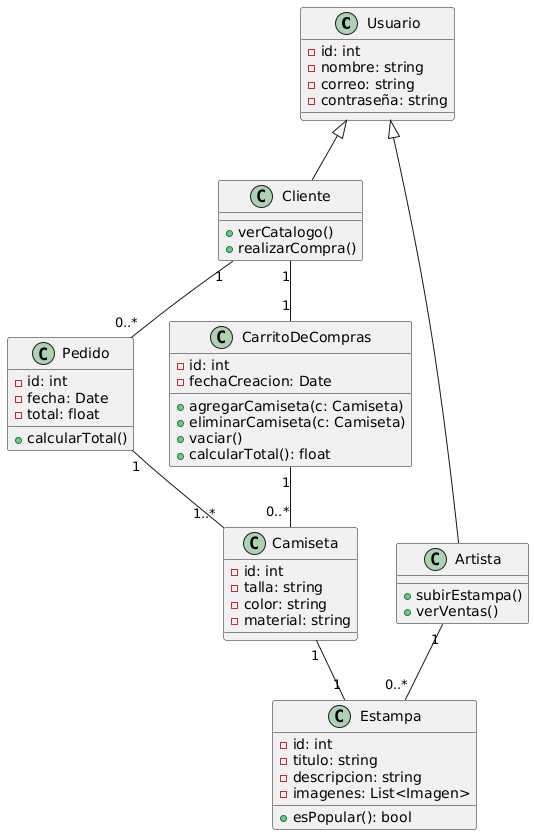
Above: Producto/Diagramas/diagrama_clases.png in Inaryuta/Proyecto-Final-FIS (PlantUML), before the change.
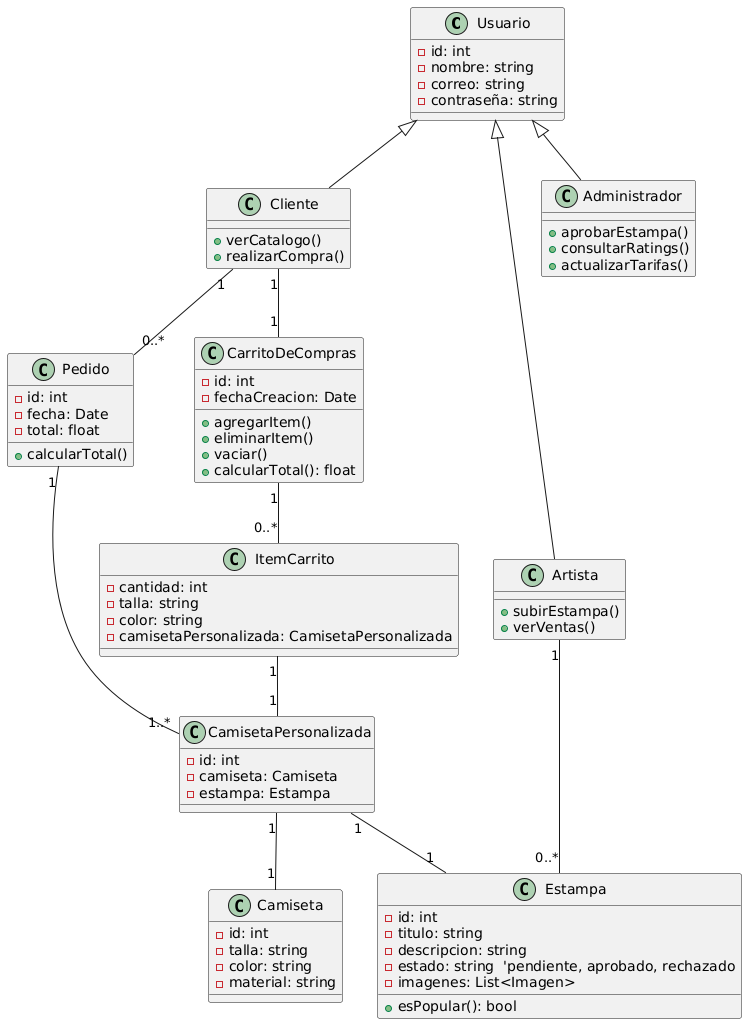
Above is the later version.

Change to the diagram source:
```diff
@@ -1,4 +1,5 @@
 @startuml
+
 class Usuario {
     - id: int
     - nombre: string
@@ -16,10 +17,18 @@
     + verVentas()
 }
 
+class Administrador extends Usuario {
+    + aprobarEstampa()
+    + consultarRatings()
+    + actualizarTarifas()
+}
+
+
 class Estampa {
     - id: int
     - titulo: string
     - descripcion: string
+    - estado: string  'pendiente, aprobado, rechazado
     - imagenes: List<Imagen>
     + esPopular(): bool
 }
@@ -31,6 +40,13 @@
     - material: string
 }
 
+class CamisetaPersonalizada {
+    - id: int
+    - camiseta: Camiseta
+    - estampa: Estampa
+}
+
+
 class Pedido {
     - id: int
     - fecha: Date
@@ -41,16 +57,29 @@
 class CarritoDeCompras {
     - id: int
     - fechaCreacion: Date
-    + agregarCamiseta(c: Camiseta)
-    + eliminarCamiseta(c: Camiseta)
+    + agregarItem()
+    + eliminarItem()
     + vaciar()
     + calcularTotal(): float
 }
 
+class ItemCarrito {
+    - cantidad: int
+    - talla: string
+    - color: string
+    - camisetaPersonalizada: CamisetaPersonalizada
+}
+
+
+
 Artista "1" -- "0..*" Estampa
+Cliente "1" -- "1" CarritoDeCompras
 Cliente "1" -- "0..*" Pedido
-Cliente "1" -- "1" CarritoDeCompras
-CarritoDeCompras "1" -- "0..*" Camiseta
-Pedido "1" -- "1..*" Camiseta
-Camiseta "1" -- "1" Estampa
+
+CarritoDeCompras "1" -- "0..*" ItemCarrito
+ItemCarrito "1" -- "1" CamisetaPersonalizada
+CamisetaPersonalizada "1" -- "1" Camiseta
+CamisetaPersonalizada "1" -- "1" Estampa
+
+Pedido "1" -- "1..*" CamisetaPersonalizada
 @enduml
```
